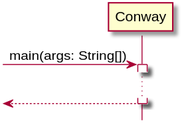
Earlier version of the PlantUML export sequence_diagram.svg (INF5153-A20/tp-conway-MaximCrudu).
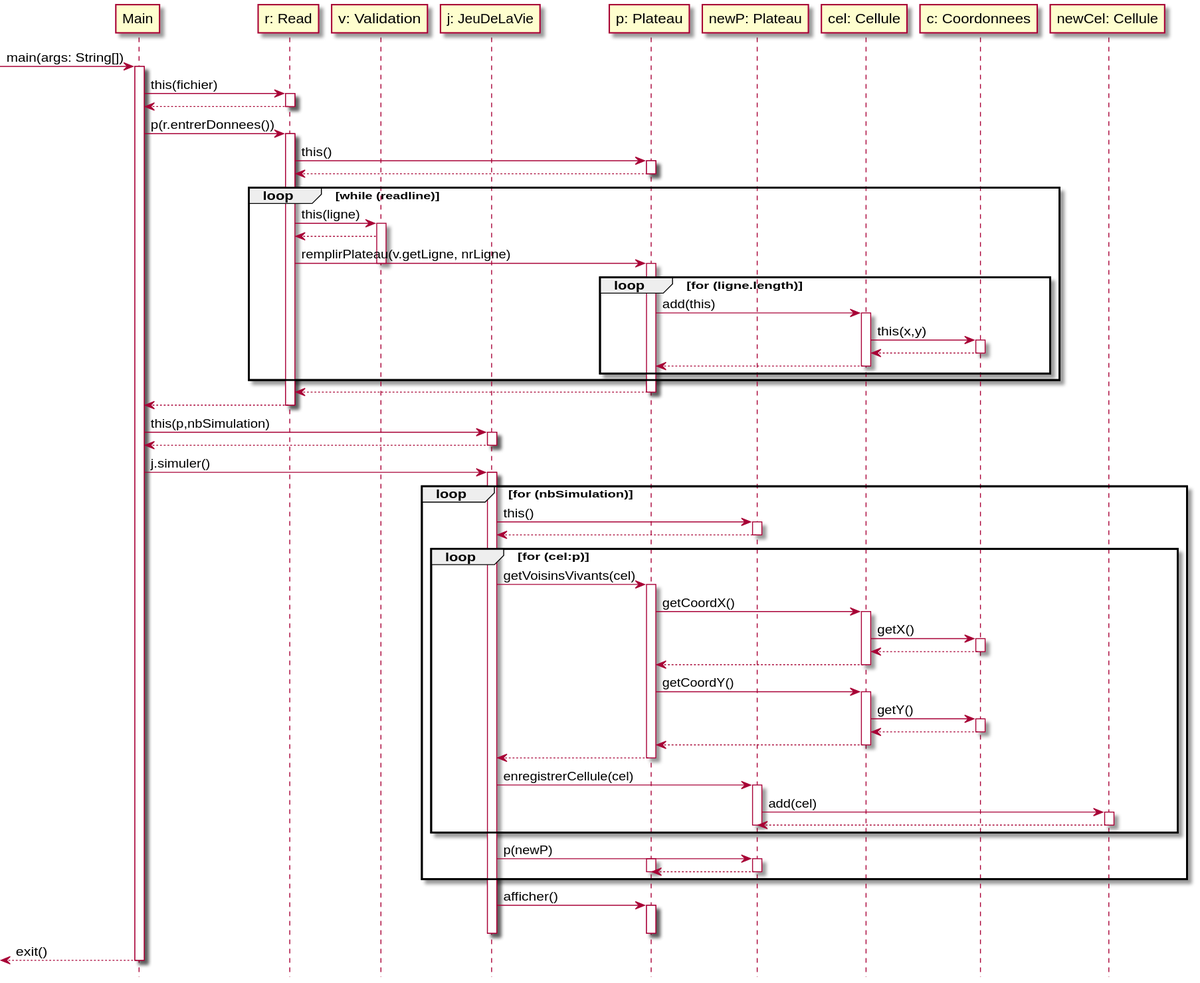
Later version of the same file.

The edit, as a diff of the source:
```diff
@@ -1,11 +1,104 @@
 @startuml
 hide footbox
 
-participant "Conway" as C
+participant "Main" as M
+participant "r: Read" as R
+participant "v: Validation" as V
+participant "j: JeuDeLaVie" as J
+participant "p: Plateau" as P
+participant "newP: Plateau" as NP
+participant "cel: Cellule" as Cel
+participant "c: Coordonnees" as C
+participant "newCel: Cellule" as NCel
 
-[-> C: main(args: String[])
-activate C
-    ...
-    [<-- C:
-deactivate C
+
+[-> M: main(args: String[])
+activate M
+    M -> R: this(fichier)
+    activate R
+         R --> M
+    deactivate R
+    M -> R: p(r.entrerDonnees())
+    activate R
+        R -> P: this()
+        activate P
+            P --> R
+        deactivate P
+        loop while (readline)
+            R -> V: this(ligne)
+            activate V
+                V --> R
+                R -> P: remplirPlateau(v.getLigne, nrLigne)
+            deactivate V
+            loop for (ligne.length)
+                activate P
+                    P -> Cel: add(this)
+                    activate Cel
+                        Cel -> C: this(x,y)
+                        activate C
+                            C --> Cel
+                        deactivate C
+                        Cel --> P
+                    deactivate Cel
+            end
+        end
+                    P --> R
+                deactivate P
+        R --> M
+    deactivate R
+    M -> J: this(p,nbSimulation)
+    activate J
+        J --> M
+    deactivate J
+    M -> J: j.simuler()
+    activate J
+        loop for (nbSimulation)
+        J -> NP: this()
+        activate NP
+            NP --> J
+        deactivate NP
+        loop for (cel:p)
+        J -> P: getVoisinsVivants(cel)
+        activate P
+            P -> Cel: getCoordX()
+            activate Cel
+                Cel -> C: getX()
+                activate C
+                    C --> Cel
+                deactivate C
+                Cel --> P
+            deactivate Cel
+
+            P -> Cel: getCoordY()
+            activate Cel
+                Cel -> C: getY()
+                activate C
+                    C --> Cel
+                deactivate C
+                Cel --> P
+            deactivate Cel
+            P --> J
+        deactivate P
+        J -> NP: enregistrerCellule(cel)
+        activate NP
+            NP -> NCel:add(cel)
+            activate NCel
+            NCel --> NP
+            deactivate NCel
+
+        deactivate NP
+        end
+        J -> NP:p(newP)
+        activate NP
+            activate P
+            NP --> P
+            deactivate P
+        deactivate NP
+    end
+        J -> P: afficher()
+        activate P
+        deactivate P
+    deactivate J
+    [<-- M:exit()
+deactivate M
 @enduml
```
